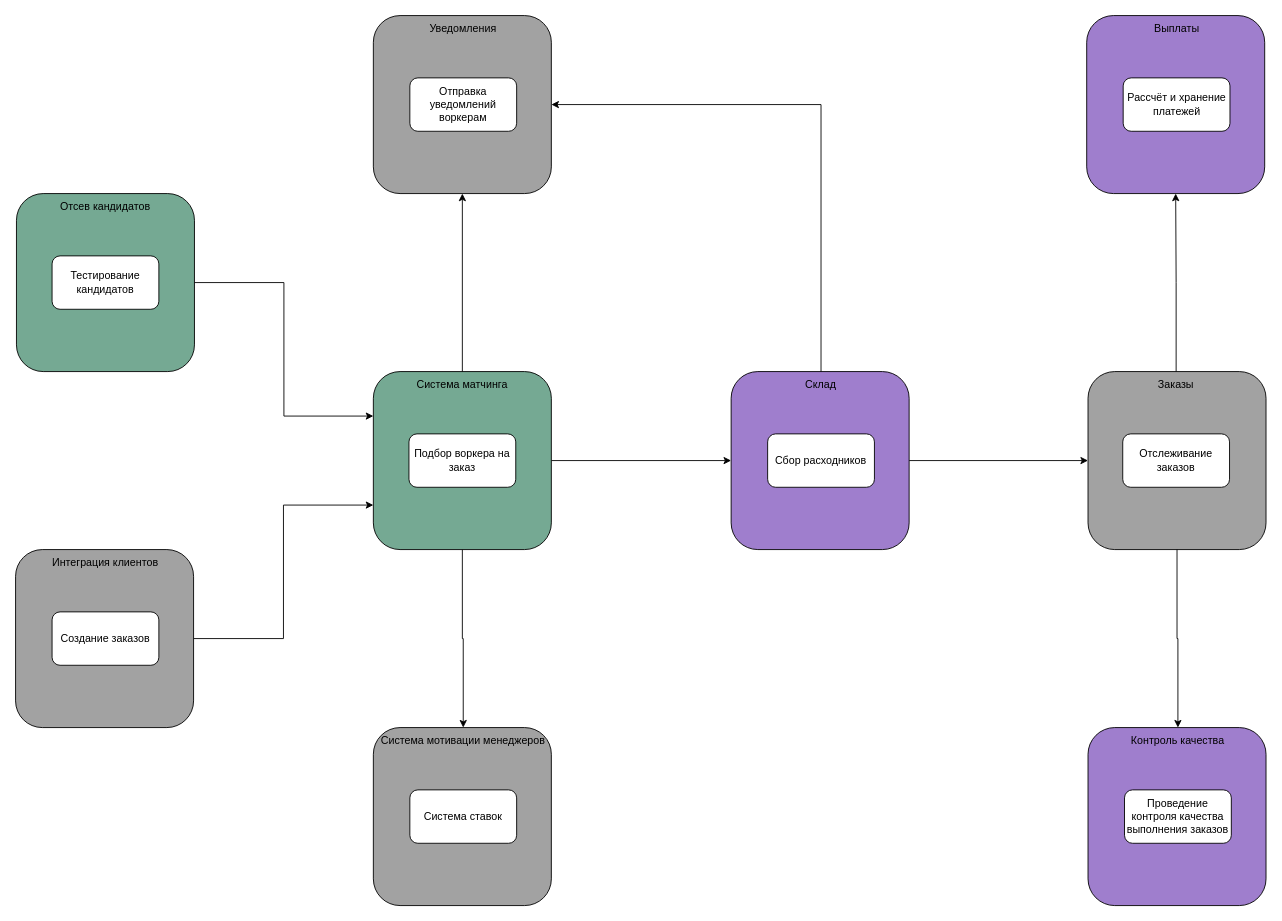
Above: homework 3/materials/system_structure.drawio in DOCtorActoAntohich/system-analysis-course-homeworks (draw.io), before the change. Source tidied: cells renumbered, new cells numbered last; positions are measured from the earlier drawing's top-left corner, leaving out a move shared by most shapes. Both pictures are drawn from the tidied source at 89%, with x=0, y=0 at pixel (15, 15).
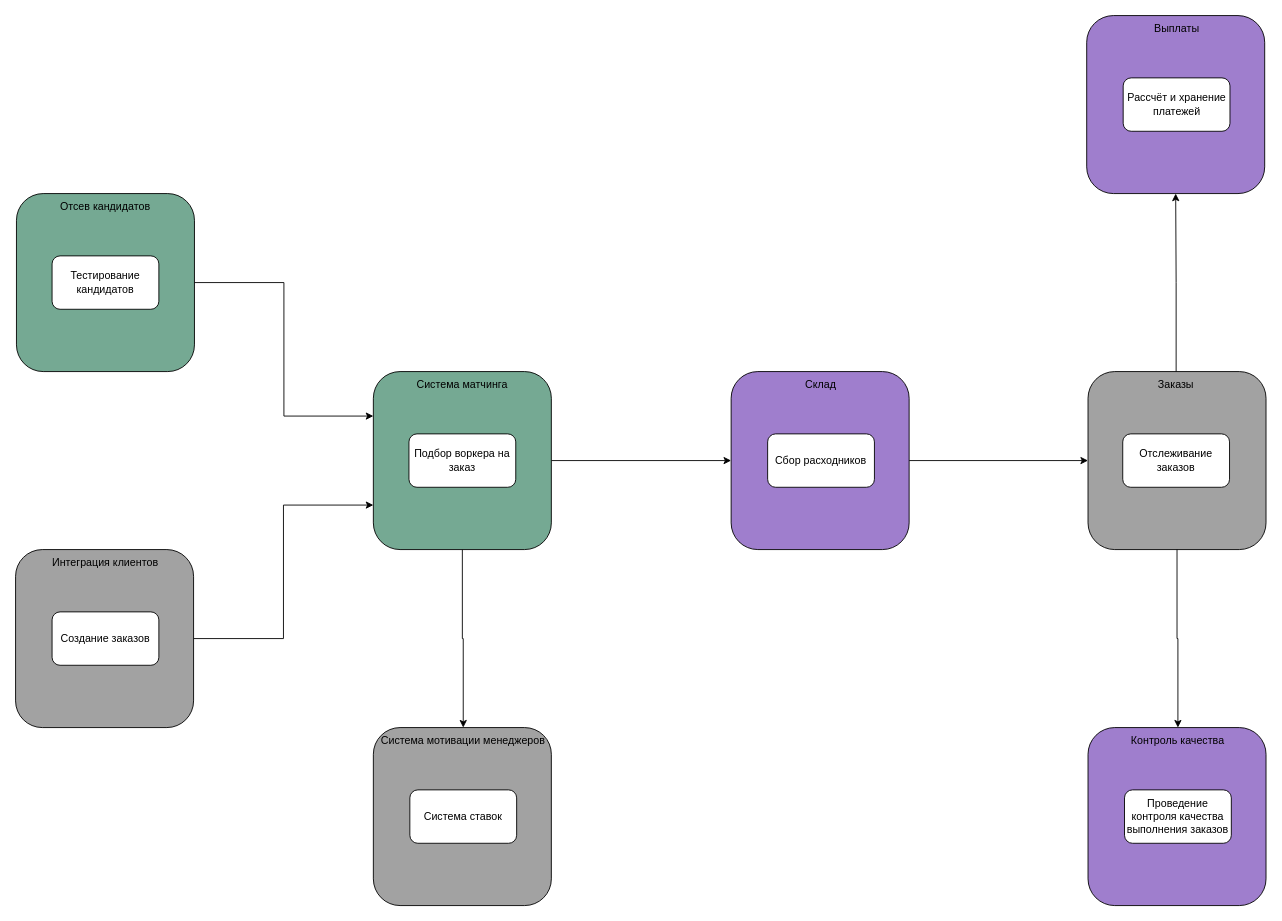
Above is the later version.

Commit message (it also covers changes not shown here):
add architectural styles

The change refers to these unchanged cells:
```xml
<mxCell id="15" value="Система матчинга" style="text;html=1;strokeColor=none;fillColor=none;align=center;verticalAlign=middle;whiteSpace=wrap;rounded=0;" parent="1" vertex="1">
  <mxGeometry x="402" y="400" width="200" height="30" as="geometry" />
</mxCell>
<mxCell id="30" value="Склад" style="text;html=1;strokeColor=none;fillColor=none;align=center;verticalAlign=middle;whiteSpace=wrap;rounded=0;" parent="1" vertex="1">
  <mxGeometry x="805" y="400" width="200" height="30" as="geometry" />
</mxCell>
```

Change to the diagram source:
```diff
@@
-    <mxCell id="14" style="edgeStyle=orthogonalEdgeStyle;rounded=0;jettySize=auto;html=1;entryX=0.5;entryY=1;entryDx=0;entryDy=0;" parent="1" edge="1" source="15" target="24">
-      <mxGeometry relative="1" as="geometry" />
-    </mxCell>
@@
-    <mxCell id="24" style="rounded=1;whiteSpace=wrap;html=1;fillColor=#A2A2A2;" parent="1" vertex="1">
-      <mxGeometry x="402" width="200" height="200" as="geometry" />
-    </mxCell>
-    <mxCell id="25" value="Уведомления" style="text;html=1;strokeColor=none;fillColor=none;align=center;verticalAlign=middle;whiteSpace=wrap;rounded=0;" parent="1" vertex="1">
-      <mxGeometry x="403" width="200" height="30" as="geometry" />
-    </mxCell>
-    <mxCell id="26" value="Отправка уведомлений воркерам" style="rounded=1;whiteSpace=wrap;html=1;" parent="1" vertex="1">
-      <mxGeometry x="443" y="70" width="120" height="60" as="geometry" />
-    </mxCell>
@@
-    <mxCell id="29" style="edgeStyle=orthogonalEdgeStyle;rounded=0;jettySize=auto;html=1;entryX=1;entryY=0.5;entryDx=0;entryDy=0;exitX=0.5;exitY=0;exitDx=0;exitDy=0;" parent="1" edge="1" source="30" target="24">
-      <mxGeometry relative="1" as="geometry" />
-    </mxCell>
```
